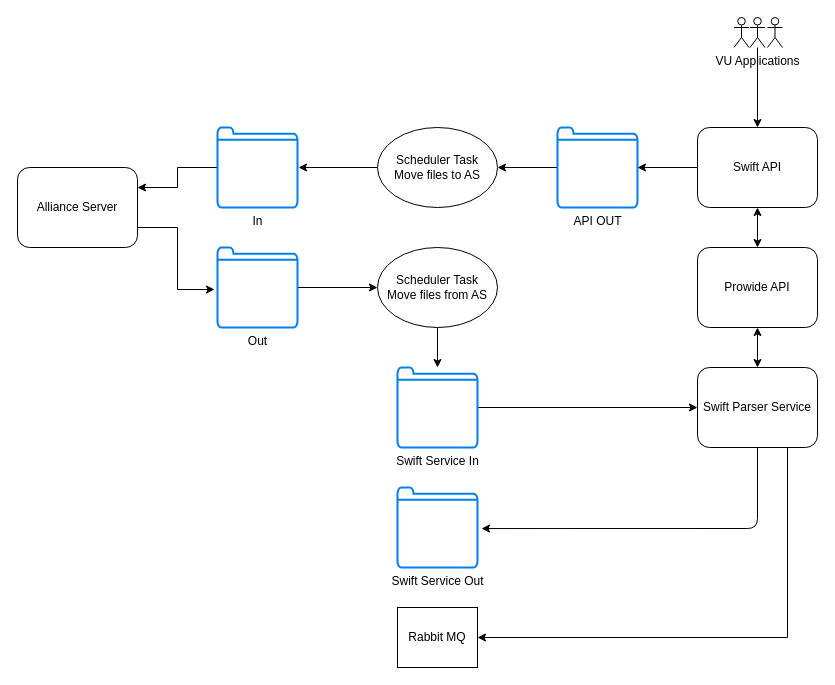
This is Untitled Diagram.drawio from vivekchandran555/Test, a draw.io file, before an edit. Source tidied: cells renumbered, new cells numbered last; positions are measured from the earlier drawing's top-left corner, leaving out a move shared by most shapes. Both pictures are drawn from the tidied source at 100%, with x=0, y=0 at pixel (17, 17).
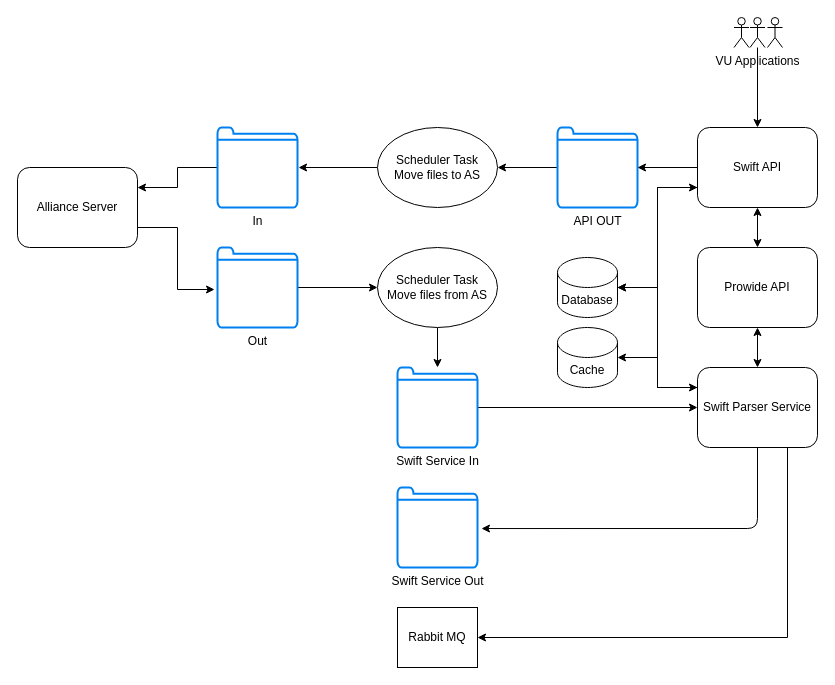
After the change.

The change refers to these unchanged cells:
```xml
<mxCell id="15" value="Swift API" style="rounded=1;whiteSpace=wrap;html=1;" parent="1" vertex="1">
  <mxGeometry x="680" y="110" width="120" height="80" as="geometry" />
</mxCell>
<mxCell id="23" value="Swift Parser Service" style="rounded=1;whiteSpace=wrap;html=1;" parent="1" vertex="1">
  <mxGeometry x="680" y="350" width="120" height="80" as="geometry" />
</mxCell>
```

What changed in the source:
```diff
@@
+    <mxCell id="30" style="edgeStyle=orthogonalEdgeStyle;rounded=0;jettySize=auto;html=1;exitX=0;exitY=0.75;exitDx=0;exitDy=0;entryX=1;entryY=0.5;entryDx=0;entryDy=0;entryPerimeter=0;" parent="1" edge="1" source="15" target="35">
+      <mxGeometry relative="1" as="geometry" />
+    </mxCell>
@@
+    <mxCell id="31" style="edgeStyle=orthogonalEdgeStyle;rounded=0;jettySize=auto;html=1;exitX=0;exitY=0.25;exitDx=0;exitDy=0;entryX=1;entryY=0.5;entryDx=0;entryDy=0;entryPerimeter=0;" parent="1" edge="1" source="23" target="35">
+      <mxGeometry relative="1" as="geometry" />
+    </mxCell>
+    <mxCell id="32" style="edgeStyle=orthogonalEdgeStyle;rounded=0;jettySize=auto;html=1;exitX=0;exitY=0.25;exitDx=0;exitDy=0;entryX=1;entryY=0.5;entryDx=0;entryDy=0;entryPerimeter=0;" parent="1" edge="1" source="23" target="36">
+      <mxGeometry relative="1" as="geometry" />
+    </mxCell>
@@
+    <mxCell id="33" style="edgeStyle=orthogonalEdgeStyle;rounded=0;jettySize=auto;html=1;" parent="1" edge="1" source="35">
+      <mxGeometry relative="1" as="geometry">
+        <mxPoint x="680" y="170" as="targetPoint" />
+        <Array as="points">
+          <mxPoint x="640" y="270" />
+          <mxPoint x="640" y="170" />
+        </Array>
+      </mxGeometry>
+    </mxCell>
+    <mxCell id="34" style="edgeStyle=orthogonalEdgeStyle;rounded=0;jettySize=auto;html=1;entryX=0;entryY=0.25;entryDx=0;entryDy=0;" parent="1" edge="1" source="35" target="23">
+      <mxGeometry relative="1" as="geometry" />
+    </mxCell>
+    <mxCell id="35" value="Database" style="shape=cylinder3;whiteSpace=wrap;html=1;boundedLbl=1;backgroundOutline=1;size=15;" parent="1" vertex="1">
+      <mxGeometry x="540" y="240" width="60" height="60" as="geometry" />
+    </mxCell>
+    <mxCell id="36" value="Cache" style="shape=cylinder3;whiteSpace=wrap;html=1;boundedLbl=1;backgroundOutline=1;size=15;" parent="1" vertex="1">
+      <mxGeometry x="540" y="310" width="60" height="60" as="geometry" />
+    </mxCell>
```
